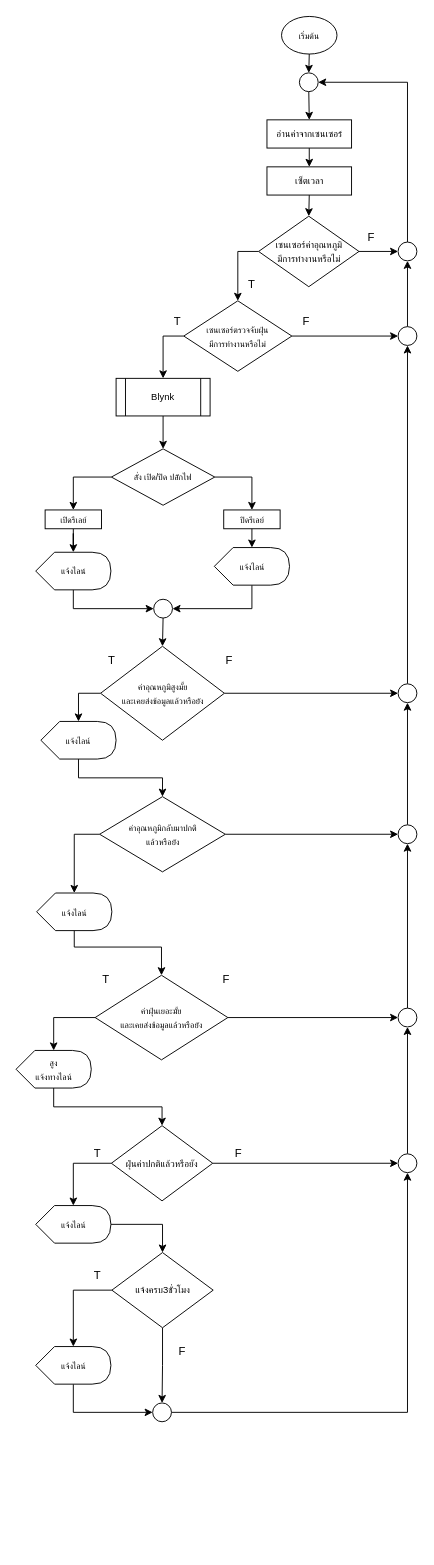
Before: IoT Project.drawio in Pteeradet/Pteeradet, a draw.io diagram. Source tidied: cells renumbered, new cells numbered last; positions are measured from the earlier drawing's top-left corner, leaving out a move shared by most shapes. Both pictures are drawn from the tidied source at 94%, with x=0, y=0 at pixel (16, 16).
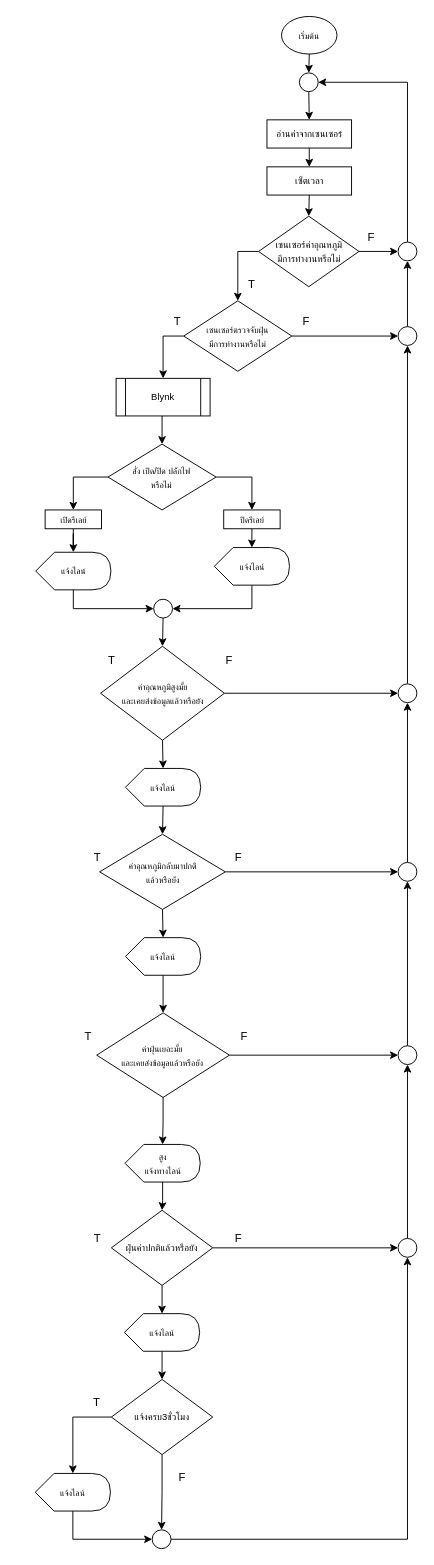
After the change.

The change refers to these unchanged cells:
```xml
<mxCell id="32" value="&lt;span style=&quot;font-size: 9px;&quot;&gt;ค่าอุณหภูมิสูงมั้ย&lt;/span&gt;&lt;div&gt;&lt;span style=&quot;font-size: 9px;&quot;&gt;และเคยส่งข้อมูลแล้วหรือยัง&lt;/span&gt;&lt;/div&gt;" style="rhombus;whiteSpace=wrap;html=1;" parent="1" vertex="1">
  <mxGeometry x="89.5" y="670" width="131.7" height="100" as="geometry" />
</mxCell>
```

Diff of the diagram source:
```diff
@@
     <mxCell id="19" value="F" style="text;html=1;align=center;verticalAlign=middle;strokeColor=none;fillColor=none;" parent="1" vertex="1">
-      <mxGeometry x="208" y="1010" width="30" height="30" as="geometry" />
+      <mxGeometry x="226.6" y="1070" width="30" height="30" as="geometry" />
     </mxCell>
     <mxCell id="20" value="T" style="text;html=1;align=center;verticalAlign=middle;strokeColor=none;fillColor=none;" parent="1" vertex="1">
-      <mxGeometry x="70.5" y="1195" width="30" height="30" as="geometry" />
+      <mxGeometry x="70.5" y="1285" width="30" height="30" as="geometry" />
     </mxCell>
@@
     <mxCell id="24" value="&lt;font style=&quot;font-size: 9px;&quot;&gt;แจ้งไลน์&lt;/font&gt;" style="shape=display;whiteSpace=wrap;html=1;" parent="1" vertex="1">
-      <mxGeometry x="26" y="750" width="80" height="40" as="geometry" />
+      <mxGeometry x="116" y="800" width="80" height="40" as="geometry" />
     </mxCell>
@@
-    <mxCell id="27" value="&lt;font style=&quot;font-size: 9px;&quot;&gt;สั่ง เปิด/ปิด ปลัํกไฟ&lt;/font&gt;" style="rhombus;whiteSpace=wrap;html=1;" parent="1" vertex="1">
-      <mxGeometry x="101" y="460" width="110" height="60" as="geometry" />
+    <mxCell id="27" value="&lt;font style=&quot;font-size: 9px;&quot;&gt;สั่ง เปิด/ปิด ปลัํกไฟ&lt;/font&gt;&lt;div&gt;&lt;font style=&quot;font-size: 9px;&quot;&gt;หรือไม่&lt;/font&gt;&lt;/div&gt;" style="rhombus;whiteSpace=wrap;html=1;" parent="1" vertex="1">
+      <mxGeometry x="97.4" y="455" width="115" height="70" as="geometry" />
     </mxCell>
     <mxCell id="28" style="edgeStyle=orthogonalEdgeStyle;rounded=0;jettySize=auto;html=1;exitX=1;exitY=0.5;exitDx=0;exitDy=0;entryX=0;entryY=0.5;entryDx=0;entryDy=0;" parent="1" edge="1" source="29" target="79">
-      <mxGeometry relative="1" as="geometry" />
+      <mxGeometry relative="1" as="geometry">
+        <Array as="points">
+          <mxPoint x="406" y="1105" />
+        </Array>
+      </mxGeometry>
     </mxCell>
     <mxCell id="29" value="&lt;font style=&quot;font-size: 9px;&quot;&gt;ค่าฝุ่นเยอะมั้ย&lt;/font&gt;&lt;div&gt;&lt;span style=&quot;font-size: 9px;&quot;&gt;และเคยส่งข้อมูลแล้วหรือยัง&lt;/span&gt;&lt;font size=&quot;1&quot;&gt;&lt;br&gt;&lt;/font&gt;&lt;/div&gt;" style="rhombus;whiteSpace=wrap;html=1;" parent="1" vertex="1">
-      <mxGeometry x="83.7" y="1020" width="141.2" height="90" as="geometry" />
+      <mxGeometry x="85.4" y="1060" width="141.2" height="90" as="geometry" />
     </mxCell>
-    <mxCell id="30" style="edgeStyle=orthogonalEdgeStyle;rounded=0;jettySize=auto;html=1;exitX=0;exitY=0.5;exitDx=0;exitDy=0;" parent="1" edge="1" source="32" target="24">
-      <mxGeometry relative="1" as="geometry" />
-    </mxCell>
@@
     <mxCell id="33" value="F" style="text;html=1;align=center;verticalAlign=middle;strokeColor=none;fillColor=none;" parent="1" vertex="1">
-      <mxGeometry x="220.5" y="1195" width="30" height="30" as="geometry" />
+      <mxGeometry x="220.5" y="1285" width="30" height="30" as="geometry" />
     </mxCell>
@@
     <mxCell id="35" value="&lt;font style=&quot;font-size: 9px;&quot;&gt;สูง&lt;/font&gt;&lt;div&gt;&lt;font style=&quot;font-size: 9px;&quot;&gt;แจ้งทางไลน์&lt;br&gt;&lt;/font&gt;&lt;/div&gt;" style="shape=display;whiteSpace=wrap;html=1;" parent="1" vertex="1">
-      <mxGeometry x="-0.4" y="1100" width="80" height="40" as="geometry" />
+      <mxGeometry x="115.5" y="1200" width="80" height="40" as="geometry" />
     </mxCell>
@@
     <mxCell id="46" value="T" style="text;html=1;align=center;verticalAlign=middle;strokeColor=none;fillColor=none;" parent="1" vertex="1">
-      <mxGeometry x="79.6" y="1010" width="30" height="30" as="geometry" />
+      <mxGeometry x="60.5" y="1070" width="30" height="30" as="geometry" />
     </mxCell>
@@
     <mxCell id="48" style="ellipse;whiteSpace=wrap;html=1;" parent="1" vertex="1">
-      <mxGeometry x="144.9" y="1475" width="20" height="20" as="geometry" />
+      <mxGeometry x="144.4" y="1610" width="20" height="20" as="geometry" />
     </mxCell>
@@
     <mxCell id="51" value="&lt;font size=&quot;1&quot;&gt;ฝุ่นค่าปกติแล้วหรือยัง&lt;/font&gt;" style="rhombus;whiteSpace=wrap;html=1;" parent="1" vertex="1">
-      <mxGeometry x="101" y="1180" width="107.8" height="80" as="geometry" />
+      <mxGeometry x="101" y="1270" width="107.8" height="80" as="geometry" />
     </mxCell>
-    <mxCell id="52" style="edgeStyle=orthogonalEdgeStyle;rounded=0;jettySize=auto;html=1;exitX=1;exitY=0.5;exitDx=0;exitDy=0;exitPerimeter=0;entryX=0.5;entryY=0;entryDx=0;entryDy=0;" parent="1" edge="1" source="53" target="56">
+    <mxCell id="52" style="edgeStyle=orthogonalEdgeStyle;rounded=0;jettySize=auto;html=1;exitX=0;exitY=0;exitDx=40;exitDy=40;exitPerimeter=0;entryX=0.5;entryY=0;entryDx=0;entryDy=0;" parent="1" edge="1" source="53" target="56">
       <mxGeometry relative="1" as="geometry" />
     </mxCell>
     <mxCell id="53" value="&lt;div&gt;&lt;font style=&quot;font-size: 9px;&quot;&gt;แจ้งไลน์&lt;br&gt;&lt;/font&gt;&lt;/div&gt;" style="shape=display;whiteSpace=wrap;html=1;" parent="1" vertex="1">
-      <mxGeometry x="20.5" y="1265" width="80" height="40" as="geometry" />
+      <mxGeometry x="114.9" y="1380" width="80" height="40" as="geometry" />
     </mxCell>
-    <mxCell id="54" style="edgeStyle=orthogonalEdgeStyle;rounded=0;jettySize=auto;html=1;exitX=0;exitY=0.5;exitDx=0;exitDy=0;entryX=0;entryY=0;entryDx=40;entryDy=0;entryPerimeter=0;" parent="1" edge="1" source="51" target="53">
-      <mxGeometry relative="1" as="geometry" />
-    </mxCell>
@@
     <mxCell id="56" value="&lt;font size=&quot;1&quot;&gt;แจ้งครบ3ชั่วโมง&lt;/font&gt;" style="rhombus;whiteSpace=wrap;html=1;" parent="1" vertex="1">
-      <mxGeometry x="101.5" y="1315" width="107.8" height="80" as="geometry" />
+      <mxGeometry x="101" y="1450" width="107.8" height="80" as="geometry" />
     </mxCell>
@@
     <mxCell id="58" value="&lt;div&gt;&lt;font style=&quot;font-size: 9px;&quot;&gt;แจ้งไลน์&lt;br&gt;&lt;/font&gt;&lt;/div&gt;" style="shape=display;whiteSpace=wrap;html=1;" parent="1" vertex="1">
-      <mxGeometry x="20.5" y="1415" width="80" height="40" as="geometry" />
+      <mxGeometry x="20" y="1550" width="80" height="40" as="geometry" />
     </mxCell>
@@
     <mxCell id="60" value="T" style="text;html=1;align=center;verticalAlign=middle;strokeColor=none;fillColor=none;" parent="1" vertex="1">
-      <mxGeometry x="70.5" y="1325" width="30" height="30" as="geometry" />
+      <mxGeometry x="70" y="1460" width="30" height="30" as="geometry" />
     </mxCell>
     <mxCell id="61" value="F" style="text;html=1;align=center;verticalAlign=middle;strokeColor=none;fillColor=none;" parent="1" vertex="1">
-      <mxGeometry x="161" y="1405" width="30" height="30" as="geometry" />
+      <mxGeometry x="160.5" y="1540" width="30" height="30" as="geometry" />
     </mxCell>
@@
     <mxCell id="69" value="&lt;font style=&quot;font-size: 9px;&quot;&gt;ค่าอุณหภูมิกลับมาปกติ&lt;/font&gt;&lt;div&gt;&lt;font style=&quot;font-size: 9px;&quot;&gt;แล้วหรือยัง&lt;/font&gt;&lt;/div&gt;" style="rhombus;whiteSpace=wrap;html=1;" parent="1" vertex="1">
-      <mxGeometry x="88.5" y="830" width="133.7" height="80" as="geometry" />
+      <mxGeometry x="88.5" y="870" width="133.7" height="80" as="geometry" />
     </mxCell>
@@
     <mxCell id="72" style="edgeStyle=orthogonalEdgeStyle;rounded=0;jettySize=auto;html=1;exitX=0;exitY=0;exitDx=40;exitDy=40;exitPerimeter=0;entryX=0.5;entryY=0;entryDx=0;entryDy=0;" parent="1" edge="1" source="73" target="29">
-      <mxGeometry relative="1" as="geometry">
-        <Array as="points">
-          <mxPoint x="61" y="990" />
-          <mxPoint x="154" y="990" />
-        </Array>
-      </mxGeometry>
+      <mxGeometry relative="1" as="geometry" />
     </mxCell>
     <mxCell id="73" value="&lt;div&gt;&lt;font style=&quot;font-size: 9px;&quot;&gt;แจ้งไลน์&lt;/font&gt;&lt;/div&gt;" style="shape=display;whiteSpace=wrap;html=1;" parent="1" vertex="1">
-      <mxGeometry x="21.5" y="932.5" width="80" height="40" as="geometry" />
+      <mxGeometry x="116" y="980" width="80" height="40" as="geometry" />
     </mxCell>
-    <mxCell id="74" style="edgeStyle=orthogonalEdgeStyle;rounded=0;jettySize=auto;html=1;exitX=0;exitY=0.5;exitDx=0;exitDy=0;entryX=0;entryY=0;entryDx=40;entryDy=0;entryPerimeter=0;" parent="1" edge="1" source="69" target="73">
-      <mxGeometry relative="1" as="geometry" />
-    </mxCell>
@@
     <mxCell id="76" style="ellipse;whiteSpace=wrap;html=1;" parent="1" vertex="1">
-      <mxGeometry x="406" y="860" width="20" height="20" as="geometry" />
+      <mxGeometry x="406" y="900" width="20" height="20" as="geometry" />
     </mxCell>
-    <mxCell id="77" style="edgeStyle=orthogonalEdgeStyle;rounded=0;jettySize=auto;html=1;exitX=0;exitY=0.5;exitDx=0;exitDy=0;entryX=0;entryY=0;entryDx=40;entryDy=0;entryPerimeter=0;" parent="1" edge="1" source="29" target="35">
-      <mxGeometry relative="1" as="geometry" />
-    </mxCell>
@@
     <mxCell id="79" style="ellipse;whiteSpace=wrap;html=1;" parent="1" vertex="1">
-      <mxGeometry x="406" y="1055" width="20" height="20" as="geometry" />
+      <mxGeometry x="406" y="1095" width="20" height="20" as="geometry" />
     </mxCell>
@@
     <mxCell id="81" style="ellipse;whiteSpace=wrap;html=1;" parent="1" vertex="1">
-      <mxGeometry x="406" y="1210" width="20" height="20" as="geometry" />
+      <mxGeometry x="406" y="1300" width="20" height="20" as="geometry" />
     </mxCell>
+    <mxCell id="82" value="T" style="text;html=1;align=center;verticalAlign=middle;strokeColor=none;fillColor=none;" parent="1" vertex="1">
+      <mxGeometry x="70.5" y="880" width="30" height="30" as="geometry" />
+    </mxCell>
+    <mxCell id="83" value="F" style="text;html=1;align=center;verticalAlign=middle;strokeColor=none;fillColor=none;" parent="1" vertex="1">
+      <mxGeometry x="220.5" y="880" width="30" height="30" as="geometry" />
+    </mxCell>
+    <mxCell id="30" style="edgeStyle=orthogonalEdgeStyle;rounded=0;jettySize=auto;html=1;exitX=0.5;exitY=1;exitDx=0;exitDy=0;entryX=0;entryY=0;entryDx=40;entryDy=0;entryPerimeter=0;" parent="1" edge="1" source="32" target="24">
+      <mxGeometry relative="1" as="geometry" />
+    </mxCell>
+    <mxCell id="74" style="edgeStyle=orthogonalEdgeStyle;rounded=0;jettySize=auto;html=1;exitX=0.5;exitY=1;exitDx=0;exitDy=0;entryX=0;entryY=0;entryDx=40;entryDy=0;entryPerimeter=0;" parent="1" edge="1" source="69" target="73">
+      <mxGeometry relative="1" as="geometry" />
+    </mxCell>
+    <mxCell id="77" style="edgeStyle=orthogonalEdgeStyle;rounded=0;jettySize=auto;html=1;exitX=0.5;exitY=1;exitDx=0;exitDy=0;entryX=0;entryY=0;entryDx=40;entryDy=0;entryPerimeter=0;" parent="1" edge="1" source="29" target="35">
+      <mxGeometry relative="1" as="geometry" />
+    </mxCell>
+    <mxCell id="54" style="edgeStyle=orthogonalEdgeStyle;rounded=0;jettySize=auto;html=1;exitX=0.5;exitY=1;exitDx=0;exitDy=0;entryX=0;entryY=0;entryDx=40;entryDy=0;entryPerimeter=0;" parent="1" edge="1" source="51" target="53">
+      <mxGeometry relative="1" as="geometry" />
+    </mxCell>
```
